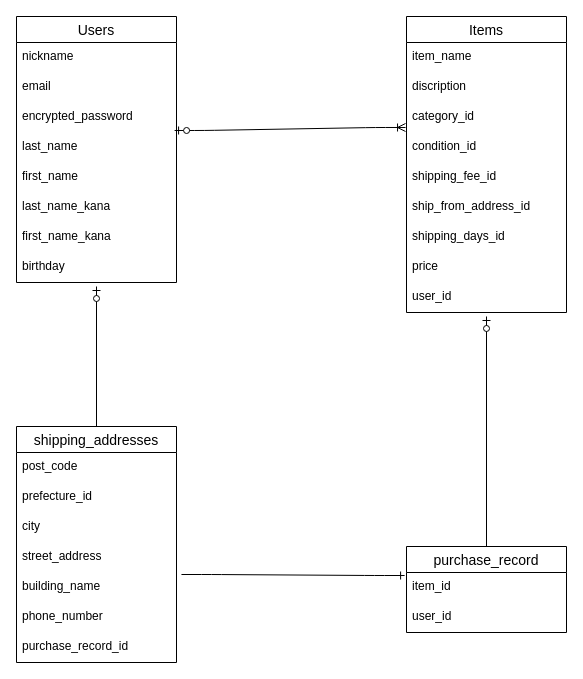
kenjii-tech/furima-41352 keeps this draw.io diagram as furima.dio. Above is the earlier version. Source tidied: cells renumbered, new cells numbered last; positions are measured from the earlier drawing's top-left corner, leaving out a move shared by most shapes. Both pictures are drawn from the tidied source at 100%, with x=0, y=0 at pixel (16, 16).
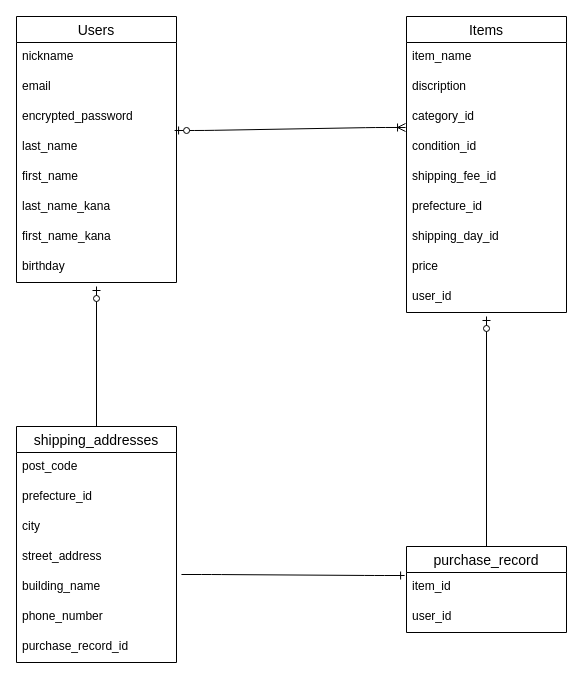
After the change.

Commit message (it also covers changes not shown here):
ER図、READMEの修正_3

Unchanged cells that the change refers to:
```xml
<mxCell id="11" value="Items" style="swimlane;fontStyle=0;horizontal=1;startSize=26;align=center;fontSize=14;" parent="1" vertex="1">
  <mxGeometry x="390" width="160" height="296" as="geometry" />
</mxCell>
```

Change to the diagram source:
```diff
@@
-    <mxCell id="17" value="ship_from_address_id" style="text;strokeColor=none;fillColor=none;spacingLeft=4;spacingRight=4;overflow=hidden;fontSize=12;" parent="11" vertex="1">
+    <mxCell id="17" value="prefecture_id" style="text;strokeColor=none;fillColor=none;spacingLeft=4;spacingRight=4;overflow=hidden;fontSize=12;" parent="11" vertex="1">
       <mxGeometry y="176" width="160" height="30" as="geometry" />
     </mxCell>
-    <mxCell id="18" value="shipping_days_id" style="text;strokeColor=none;fillColor=none;spacingLeft=4;spacingRight=4;overflow=hidden;fontSize=12;" parent="11" vertex="1">
+    <mxCell id="18" value="shipping_day_id" style="text;strokeColor=none;fillColor=none;spacingLeft=4;spacingRight=4;overflow=hidden;fontSize=12;" parent="11" vertex="1">
       <mxGeometry y="206" width="160" height="30" as="geometry" />
     </mxCell>
```
